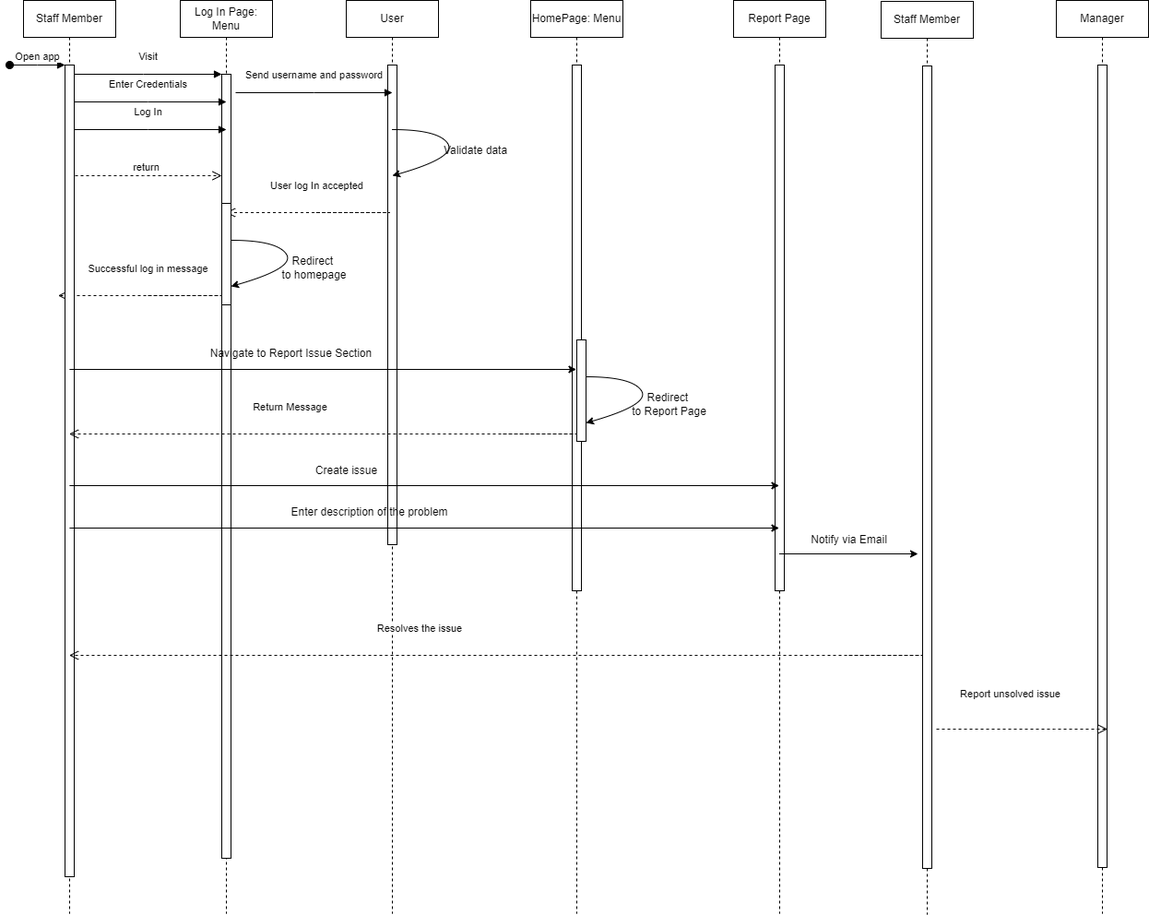
rexhens/Cinema-Management-System keeps this draw.io diagram as Sequence Diagrams/Staff_Seq_Dig_Tech_Issue.drawio (2).png. Above is the earlier version. Source tidied: cells renumbered, new cells last; positions are measured from the earlier drawing's top-left corner, leaving out a move shared by most shapes. Source of this version:
```xml
<mxGraphModel>
  <root>
    <mxCell id="0" />
    <mxCell id="1" parent="0" />
    <mxCell id="2" value="HomePage: Menu" style="shape=umlLifeline;perimeter=lifelinePerimeter;whiteSpace=wrap;html=1;outlineConnect=0;portConstraint=eastwest;newEdgeStyle={&quot;edgeStyle&quot;:&quot;elbowEdgeStyle&quot;,&quot;elbow&quot;:&quot;vertical&quot;,&quot;curved&quot;:0,&quot;rounded&quot;:0};" parent="1" vertex="1">
      <mxGeometry x="565" width="100" height="990" as="geometry" />
    </mxCell>
    <mxCell id="3" style="html=1;perimeter=orthogonalPerimeter;targetShapes=umlLifeline;newEdgeStyle={&quot;edgeStyle&quot;:&quot;elbowEdgeStyle&quot;,&quot;elbow&quot;:&quot;vertical&quot;,&quot;curved&quot;:0,&quot;rounded&quot;:0};" parent="2" vertex="1">
      <mxGeometry x="45" y="70" width="10" height="570" as="geometry" />
    </mxCell>
    <mxCell id="4" value="Log In Page: Menu" style="shape=umlLifeline;perimeter=lifelinePerimeter;whiteSpace=wrap;html=1;outlineConnect=0;portConstraint=eastwest;newEdgeStyle={&quot;edgeStyle&quot;:&quot;elbowEdgeStyle&quot;,&quot;elbow&quot;:&quot;vertical&quot;,&quot;curved&quot;:0,&quot;rounded&quot;:0};" parent="1" vertex="1">
      <mxGeometry x="185" width="100" height="990" as="geometry" />
    </mxCell>
    <mxCell id="5" style="html=1;points=[];perimeter=orthogonalPerimeter;outlineConnect=0;targetShapes=umlLifeline;portConstraint=eastwest;newEdgeStyle={&quot;edgeStyle&quot;:&quot;elbowEdgeStyle&quot;,&quot;elbow&quot;:&quot;vertical&quot;,&quot;curved&quot;:0,&quot;rounded&quot;:0};" parent="4" vertex="1">
      <mxGeometry x="45" y="80" width="10" height="850" as="geometry" />
    </mxCell>
    <mxCell id="6" value="Visit" style="html=1;verticalAlign=bottom;endArrow=block;edgeStyle=elbowEdgeStyle;elbow=vertical;curved=0;rounded=0;" parent="1" edge="1" source="21" target="5">
      <mxGeometry y="10" relative="1" as="geometry">
        <Array as="points">
          <mxPoint x="145" y="80" />
        </Array>
      </mxGeometry>
    </mxCell>
    <mxCell id="7" value="return" style="html=1;verticalAlign=bottom;endArrow=open;dashed=1;endSize=8;edgeStyle=elbowEdgeStyle;elbow=vertical;curved=0;rounded=0;" parent="1" edge="1" target="5">
      <mxGeometry relative="1" as="geometry">
        <mxPoint x="65" y="190" as="sourcePoint" />
        <Array as="points">
          <mxPoint x="145" y="190" />
        </Array>
      </mxGeometry>
    </mxCell>
    <mxCell id="8" value="Enter Credentials" style="html=1;verticalAlign=bottom;endArrow=block;edgeStyle=elbowEdgeStyle;elbow=vertical;curved=0;rounded=0;" parent="1" edge="1">
      <mxGeometry y="10" relative="1" as="geometry">
        <mxPoint x="65" y="110" as="sourcePoint" />
        <mxPoint x="235" y="110" as="targetPoint" />
        <Array as="points">
          <mxPoint x="150" y="110" />
        </Array>
      </mxGeometry>
    </mxCell>
    <mxCell id="9" value="Log In" style="html=1;verticalAlign=bottom;endArrow=block;edgeStyle=elbowEdgeStyle;elbow=vertical;curved=0;rounded=0;" parent="1" edge="1">
      <mxGeometry y="10" relative="1" as="geometry">
        <mxPoint x="65" y="140" as="sourcePoint" />
        <mxPoint x="235" y="140" as="targetPoint" />
        <Array as="points">
          <mxPoint x="150" y="140" />
        </Array>
      </mxGeometry>
    </mxCell>
    <mxCell id="10" value="User" style="shape=umlLifeline;perimeter=lifelinePerimeter;whiteSpace=wrap;html=1;outlineConnect=0;portConstraint=eastwest;newEdgeStyle={&quot;edgeStyle&quot;:&quot;elbowEdgeStyle&quot;,&quot;elbow&quot;:&quot;vertical&quot;,&quot;curved&quot;:0,&quot;rounded&quot;:0};" parent="1" vertex="1">
      <mxGeometry x="365" width="100" height="990" as="geometry" />
    </mxCell>
    <mxCell id="11" style="html=1;perimeter=orthogonalPerimeter;targetShapes=umlLifeline;newEdgeStyle={&quot;edgeStyle&quot;:&quot;elbowEdgeStyle&quot;,&quot;elbow&quot;:&quot;vertical&quot;,&quot;curved&quot;:0,&quot;rounded&quot;:0};" parent="10" vertex="1">
      <mxGeometry x="45" y="70" width="10" height="520" as="geometry" />
    </mxCell>
    <mxCell id="12" value="Send username and password" style="html=1;verticalAlign=bottom;endArrow=block;edgeStyle=elbowEdgeStyle;elbow=vertical;curved=0;rounded=0;" parent="1" edge="1">
      <mxGeometry y="10" relative="1" as="geometry">
        <mxPoint x="245" y="100" as="sourcePoint" />
        <mxPoint x="415" y="100" as="targetPoint" />
        <Array as="points">
          <mxPoint x="330" y="100" />
        </Array>
      </mxGeometry>
    </mxCell>
    <mxCell id="13" style="curved=1;endArrow=classic;html=1;rounded=0;" parent="1" edge="1" target="10">
      <mxGeometry relative="1" as="geometry">
        <mxPoint x="415" y="140" as="sourcePoint" />
        <Array as="points">
          <mxPoint x="465" y="140" />
          <mxPoint x="485" y="170" />
          <mxPoint x="415" y="190" />
        </Array>
      </mxGeometry>
    </mxCell>
    <mxCell id="14" value="Validate data" style="text;html=1;align=center;verticalAlign=middle;strokeColor=none;fillColor=none;" parent="1" vertex="1">
      <mxGeometry x="460" y="148" width="90" height="30" as="geometry" />
    </mxCell>
    <mxCell id="15" value="User log In accepted" style="html=1;verticalAlign=bottom;endArrow=open;dashed=1;endSize=8;edgeStyle=elbowEdgeStyle;elbow=vertical;curved=0;rounded=0;" parent="1" edge="1" target="4">
      <mxGeometry x="0.24" y="-20" relative="1" as="geometry">
        <mxPoint x="332.5" y="230" as="sourcePoint" />
        <Array as="points">
          <mxPoint x="412.5" y="230" />
        </Array>
      </mxGeometry>
    </mxCell>
    <mxCell id="16" style="rounded=0;whiteSpace=wrap;html=1;" parent="1" vertex="1">
      <mxGeometry x="230" y="220" width="10" height="110" as="geometry" />
    </mxCell>
    <mxCell id="17" style="curved=1;endArrow=classic;html=1;rounded=0;" parent="1" edge="1">
      <mxGeometry relative="1" as="geometry">
        <mxPoint x="240" y="260" as="sourcePoint" />
        <mxPoint x="240" y="310" as="targetPoint" />
        <Array as="points">
          <mxPoint x="290" y="260" />
          <mxPoint x="310" y="290" />
          <mxPoint x="240" y="310" />
        </Array>
      </mxGeometry>
    </mxCell>
    <mxCell id="18" value="Redirect&amp;nbsp;&lt;div&gt;to homepage&lt;/div&gt;" style="text;html=1;align=center;verticalAlign=middle;strokeColor=none;fillColor=none;" parent="1" vertex="1">
      <mxGeometry x="285" y="270" width="90" height="40" as="geometry" />
    </mxCell>
    <mxCell id="19" value="Successful log in message" style="html=1;verticalAlign=bottom;endArrow=open;dashed=1;endSize=8;edgeStyle=elbowEdgeStyle;elbow=vertical;curved=0;rounded=0;" parent="1" edge="1">
      <mxGeometry x="0.24" y="-20" relative="1" as="geometry">
        <mxPoint x="150" y="320" as="sourcePoint" />
        <mxPoint x="52.5" y="320" as="targetPoint" />
        <Array as="points">
          <mxPoint x="230" y="320" />
        </Array>
      </mxGeometry>
    </mxCell>
    <mxCell id="20" value="Staff Member" style="shape=umlLifeline;perimeter=lifelinePerimeter;whiteSpace=wrap;html=1;outlineConnect=0;portConstraint=eastwest;newEdgeStyle={&quot;edgeStyle&quot;:&quot;elbowEdgeStyle&quot;,&quot;elbow&quot;:&quot;vertical&quot;,&quot;curved&quot;:0,&quot;rounded&quot;:0};" parent="1" vertex="1">
      <mxGeometry x="15" width="100" height="990" as="geometry" />
    </mxCell>
    <mxCell id="21" style="html=1;points=[];perimeter=orthogonalPerimeter;outlineConnect=0;targetShapes=umlLifeline;portConstraint=eastwest;newEdgeStyle={&quot;edgeStyle&quot;:&quot;elbowEdgeStyle&quot;,&quot;elbow&quot;:&quot;vertical&quot;,&quot;curved&quot;:0,&quot;rounded&quot;:0};" parent="20" vertex="1">
      <mxGeometry x="45" y="70" width="10" height="880" as="geometry" />
    </mxCell>
    <mxCell id="22" value="Open app" style="html=1;verticalAlign=bottom;startArrow=oval;endArrow=block;startSize=8;edgeStyle=elbowEdgeStyle;elbow=vertical;curved=0;rounded=0;" parent="20" edge="1" target="21">
      <mxGeometry relative="1" as="geometry">
        <mxPoint x="-15" y="70" as="sourcePoint" />
      </mxGeometry>
    </mxCell>
    <mxCell id="23" style="endArrow=classic;html=1;rounded=0;" parent="1" edge="1" target="2">
      <mxGeometry relative="1" as="geometry">
        <mxPoint x="64.9" y="400" as="sourcePoint" />
      </mxGeometry>
    </mxCell>
    <mxCell id="24" value="Navigate to Report Issue Section" style="text;html=1;align=center;verticalAlign=middle;strokeColor=none;fillColor=none;" parent="1" vertex="1">
      <mxGeometry x="205" y="368" width="200" height="30" as="geometry" />
    </mxCell>
    <mxCell id="25" style="rounded=0;whiteSpace=wrap;html=1;" parent="1" vertex="1">
      <mxGeometry x="615" y="368" width="10" height="110" as="geometry" />
    </mxCell>
    <mxCell id="26" style="curved=1;endArrow=classic;html=1;rounded=0;" parent="1" edge="1">
      <mxGeometry relative="1" as="geometry">
        <mxPoint x="625" y="408" as="sourcePoint" />
        <mxPoint x="625" y="458" as="targetPoint" />
        <Array as="points">
          <mxPoint x="675" y="408" />
          <mxPoint x="695" y="438" />
          <mxPoint x="625" y="458" />
        </Array>
      </mxGeometry>
    </mxCell>
    <mxCell id="27" value="Redirect&amp;nbsp;&lt;div&gt;to Report Page&lt;/div&gt;" style="text;html=1;align=center;verticalAlign=middle;strokeColor=none;fillColor=none;" parent="1" vertex="1">
      <mxGeometry x="665" y="418" width="100" height="40" as="geometry" />
    </mxCell>
    <mxCell id="28" value="Report Page" style="shape=umlLifeline;perimeter=lifelinePerimeter;whiteSpace=wrap;html=1;outlineConnect=0;portConstraint=eastwest;newEdgeStyle={&quot;edgeStyle&quot;:&quot;elbowEdgeStyle&quot;,&quot;elbow&quot;:&quot;vertical&quot;,&quot;curved&quot;:0,&quot;rounded&quot;:0};" parent="1" vertex="1">
      <mxGeometry x="785" width="100" height="990" as="geometry" />
    </mxCell>
    <mxCell id="29" style="html=1;perimeter=orthogonalPerimeter;targetShapes=umlLifeline;newEdgeStyle={&quot;edgeStyle&quot;:&quot;elbowEdgeStyle&quot;,&quot;elbow&quot;:&quot;vertical&quot;,&quot;curved&quot;:0,&quot;rounded&quot;:0};" parent="28" vertex="1">
      <mxGeometry x="45" y="70" width="10" height="570" as="geometry" />
    </mxCell>
    <mxCell id="30" value="Return Message" style="html=1;verticalAlign=bottom;endArrow=open;dashed=1;endSize=8;edgeStyle=elbowEdgeStyle;elbow=vertical;curved=0;rounded=0;" parent="1" edge="1" target="20">
      <mxGeometry x="0.24" y="-20" relative="1" as="geometry">
        <mxPoint x="535" y="470" as="sourcePoint" />
        <Array as="points">
          <mxPoint x="615" y="470" />
        </Array>
      </mxGeometry>
    </mxCell>
    <mxCell id="31" style="endArrow=classic;html=1;rounded=0;" parent="1" edge="1" target="28">
      <mxGeometry relative="1" as="geometry">
        <mxPoint x="64.9" y="526" as="sourcePoint" />
      </mxGeometry>
    </mxCell>
    <mxCell id="32" value="Create issue" style="text;html=1;align=center;verticalAlign=middle;strokeColor=none;fillColor=none;" parent="1" vertex="1">
      <mxGeometry x="320" y="495" width="90" height="30" as="geometry" />
    </mxCell>
    <mxCell id="33" style="endArrow=classic;html=1;rounded=0;" parent="1" edge="1" target="28">
      <mxGeometry relative="1" as="geometry">
        <mxPoint x="64.9" y="572" as="sourcePoint" />
      </mxGeometry>
    </mxCell>
    <mxCell id="34" value="Enter description of the problem" style="text;html=1;align=center;verticalAlign=middle;strokeColor=none;fillColor=none;" parent="1" vertex="1">
      <mxGeometry x="295" y="540" width="190" height="30" as="geometry" />
    </mxCell>
    <mxCell id="35" value="Staff Member" style="shape=umlLifeline;perimeter=lifelinePerimeter;whiteSpace=wrap;html=1;newEdgeStyle={&quot;edgeStyle&quot;:&quot;elbowEdgeStyle&quot;,&quot;elbow&quot;:&quot;vertical&quot;,&quot;curved&quot;:0,&quot;rounded&quot;:0};" parent="1" vertex="1">
      <mxGeometry x="945" y="1" width="100" height="990" as="geometry" />
    </mxCell>
    <mxCell id="36" style="html=1;perimeter=orthogonalPerimeter;targetShapes=umlLifeline;newEdgeStyle={&quot;edgeStyle&quot;:&quot;elbowEdgeStyle&quot;,&quot;elbow&quot;:&quot;vertical&quot;,&quot;curved&quot;:0,&quot;rounded&quot;:0};" parent="35" vertex="1">
      <mxGeometry x="45" y="70" width="10" height="870" as="geometry" />
    </mxCell>
    <mxCell id="37" style="endArrow=classic;html=1;rounded=0;" parent="1" edge="1" source="28">
      <mxGeometry relative="1" as="geometry">
        <mxPoint x="985" y="600" as="targetPoint" />
      </mxGeometry>
    </mxCell>
    <mxCell id="38" value="Notify via Email" style="text;html=1;align=center;verticalAlign=middle;strokeColor=none;fillColor=none;" parent="1" vertex="1">
      <mxGeometry x="855" y="570" width="110" height="30" as="geometry" />
    </mxCell>
    <mxCell id="39" value="Resolves the issue&amp;nbsp;" style="html=1;verticalAlign=bottom;endArrow=open;dashed=1;endSize=8;edgeStyle=elbowEdgeStyle;elbow=vertical;curved=0;rounded=0;" parent="1" edge="1" target="20">
      <mxGeometry x="0.24" y="-20" relative="1" as="geometry">
        <mxPoint x="910" y="710" as="sourcePoint" />
        <Array as="points">
          <mxPoint x="990" y="710" />
        </Array>
      </mxGeometry>
    </mxCell>
    <mxCell id="40" value="Manager" style="shape=umlLifeline;perimeter=lifelinePerimeter;whiteSpace=wrap;html=1;outlineConnect=0;portConstraint=eastwest;newEdgeStyle={&quot;edgeStyle&quot;:&quot;elbowEdgeStyle&quot;,&quot;elbow&quot;:&quot;vertical&quot;,&quot;curved&quot;:0,&quot;rounded&quot;:0};" parent="1" vertex="1">
      <mxGeometry x="1135" width="100" height="990" as="geometry" />
    </mxCell>
    <mxCell id="41" style="html=1;perimeter=orthogonalPerimeter;targetShapes=umlLifeline;newEdgeStyle={&quot;edgeStyle&quot;:&quot;elbowEdgeStyle&quot;,&quot;elbow&quot;:&quot;vertical&quot;,&quot;curved&quot;:0,&quot;rounded&quot;:0};" parent="40" vertex="1">
      <mxGeometry x="45" y="70" width="10" height="870" as="geometry" />
    </mxCell>
    <mxCell id="42" value="Report unsolved issue" style="html=1;verticalAlign=bottom;endArrow=open;dashed=1;endSize=8;edgeStyle=elbowEdgeStyle;elbow=vertical;curved=0;rounded=0;" parent="1" edge="1">
      <mxGeometry x="-0.14" y="29" relative="1" as="geometry">
        <mxPoint x="1005" y="790" as="sourcePoint" />
        <mxPoint x="1190.5" y="790" as="targetPoint" />
        <Array as="points">
          <mxPoint x="1133" y="790" />
        </Array>
      </mxGeometry>
    </mxCell>
  </root>
</mxGraphModel>
```
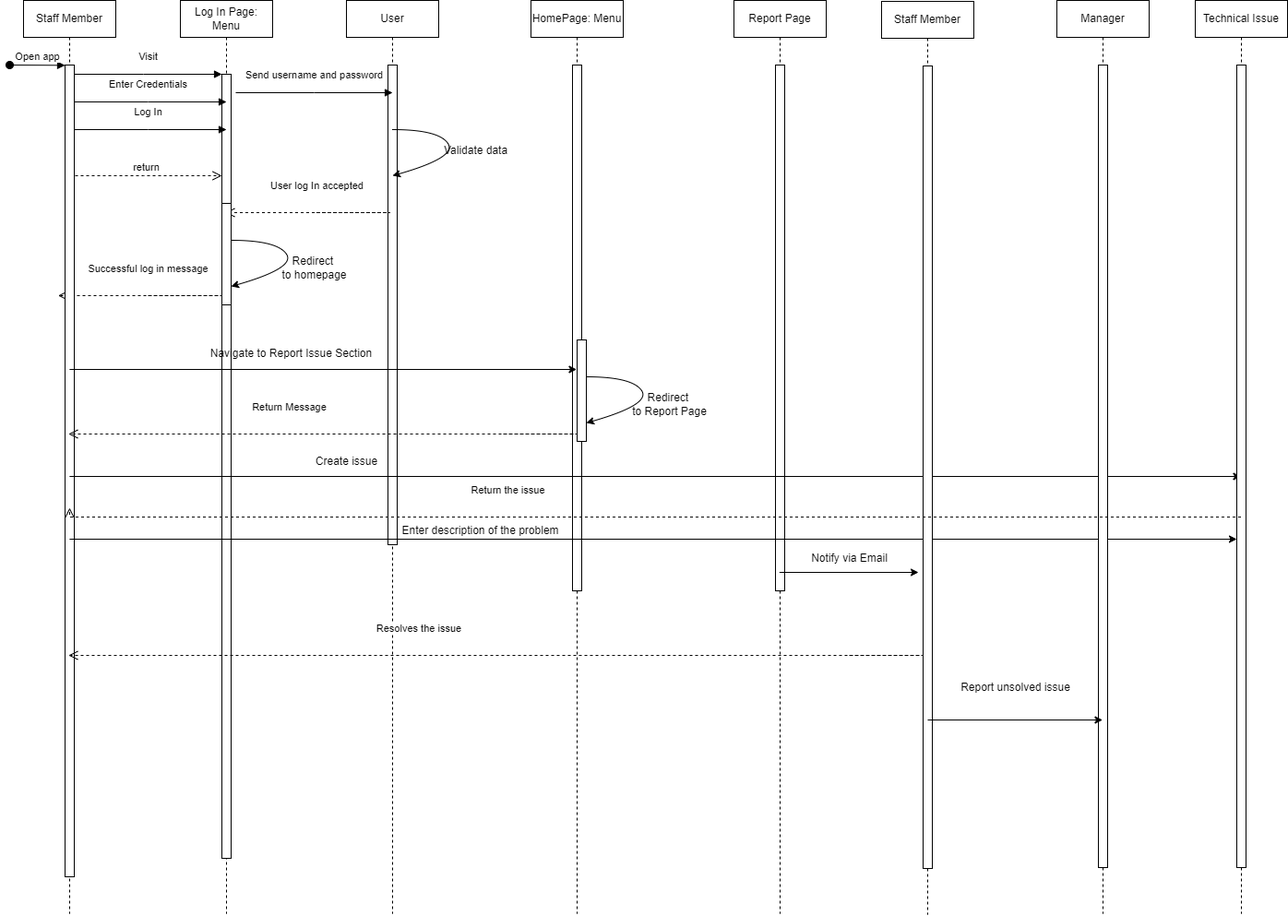
The same file after the commit.

Commit message:
updated-seq-collab-diagrams

What changed in the source:
```diff
@@ -159,21 +159,22 @@
         </Array>
       </mxGeometry>
     </mxCell>
-    <mxCell id="31" style="endArrow=classic;html=1;rounded=0;" parent="1" edge="1" target="28">
+    <mxCell id="31" style="endArrow=classic;html=1;rounded=0;" parent="1" edge="1">
       <mxGeometry relative="1" as="geometry">
-        <mxPoint x="64.9" y="526" as="sourcePoint" />
+        <mxPoint x="64.9" y="516" as="sourcePoint" />
+        <mxPoint x="1334.5" y="516" as="targetPoint" />
       </mxGeometry>
     </mxCell>
     <mxCell id="32" value="Create issue" style="text;html=1;align=center;verticalAlign=middle;strokeColor=none;fillColor=none;" parent="1" vertex="1">
-      <mxGeometry x="320" y="495" width="90" height="30" as="geometry" />
+      <mxGeometry x="320" y="485" width="90" height="30" as="geometry" />
     </mxCell>
-    <mxCell id="33" style="endArrow=classic;html=1;rounded=0;" parent="1" edge="1" target="28">
+    <mxCell id="33" style="endArrow=classic;html=1;rounded=0;" parent="1" edge="1" target="45">
       <mxGeometry relative="1" as="geometry">
-        <mxPoint x="64.9" y="572" as="sourcePoint" />
+        <mxPoint x="64.9" y="584" as="sourcePoint" />
       </mxGeometry>
     </mxCell>
     <mxCell id="34" value="Enter description of the problem" style="text;html=1;align=center;verticalAlign=middle;strokeColor=none;fillColor=none;" parent="1" vertex="1">
-      <mxGeometry x="295" y="540" width="190" height="30" as="geometry" />
+      <mxGeometry x="415" y="560" width="190" height="30" as="geometry" />
     </mxCell>
     <mxCell id="35" value="Staff Member" style="shape=umlLifeline;perimeter=lifelinePerimeter;whiteSpace=wrap;html=1;newEdgeStyle={&quot;edgeStyle&quot;:&quot;elbowEdgeStyle&quot;,&quot;elbow&quot;:&quot;vertical&quot;,&quot;curved&quot;:0,&quot;rounded&quot;:0};" parent="1" vertex="1">
       <mxGeometry x="945" y="1" width="100" height="990" as="geometry" />
@@ -181,13 +182,14 @@
     <mxCell id="36" style="html=1;perimeter=orthogonalPerimeter;targetShapes=umlLifeline;newEdgeStyle={&quot;edgeStyle&quot;:&quot;elbowEdgeStyle&quot;,&quot;elbow&quot;:&quot;vertical&quot;,&quot;curved&quot;:0,&quot;rounded&quot;:0};" parent="35" vertex="1">
       <mxGeometry x="45" y="70" width="10" height="870" as="geometry" />
     </mxCell>
-    <mxCell id="37" style="endArrow=classic;html=1;rounded=0;" parent="1" edge="1" source="28">
+    <mxCell id="37" style="endArrow=classic;html=1;rounded=0;" parent="1" edge="1">
       <mxGeometry relative="1" as="geometry">
-        <mxPoint x="985" y="600" as="targetPoint" />
+        <mxPoint x="834.3" y="620" as="sourcePoint" />
+        <mxPoint x="985" y="620" as="targetPoint" />
       </mxGeometry>
     </mxCell>
     <mxCell id="38" value="Notify via Email" style="text;html=1;align=center;verticalAlign=middle;strokeColor=none;fillColor=none;" parent="1" vertex="1">
-      <mxGeometry x="855" y="570" width="110" height="30" as="geometry" />
+      <mxGeometry x="855" y="590" width="110" height="30" as="geometry" />
     </mxCell>
     <mxCell id="39" value="Resolves the issue&amp;nbsp;" style="html=1;verticalAlign=bottom;endArrow=open;dashed=1;endSize=8;edgeStyle=elbowEdgeStyle;elbow=vertical;curved=0;rounded=0;" parent="1" edge="1" target="20">
       <mxGeometry x="0.24" y="-20" relative="1" as="geometry">
@@ -203,14 +205,27 @@
     <mxCell id="41" style="html=1;perimeter=orthogonalPerimeter;targetShapes=umlLifeline;newEdgeStyle={&quot;edgeStyle&quot;:&quot;elbowEdgeStyle&quot;,&quot;elbow&quot;:&quot;vertical&quot;,&quot;curved&quot;:0,&quot;rounded&quot;:0};" parent="40" vertex="1">
       <mxGeometry x="45" y="70" width="10" height="870" as="geometry" />
     </mxCell>
+    <mxCell id="43" style="endArrow=classic;html=1;rounded=0;" parent="1" edge="1" target="40">
+      <mxGeometry relative="1" as="geometry">
+        <mxPoint x="995" y="780" as="sourcePoint" />
+      </mxGeometry>
+    </mxCell>
-    <mxCell id="42" value="Report unsolved issue" style="html=1;verticalAlign=bottom;endArrow=open;dashed=1;endSize=8;edgeStyle=elbowEdgeStyle;elbow=vertical;curved=0;rounded=0;" parent="1" edge="1">
-      <mxGeometry x="-0.14" y="29" relative="1" as="geometry">
-        <mxPoint x="1005" y="790" as="sourcePoint" />
-        <mxPoint x="1190.5" y="790" as="targetPoint" />
-        <Array as="points">
-          <mxPoint x="1133" y="790" />
-        </Array>
-      </mxGeometry>
+    <mxCell id="42" value="Report unsolved issue" style="text;html=1;align=center;verticalAlign=middle;strokeColor=none;fillColor=none;" parent="1" vertex="1">
+      <mxGeometry x="1020" y="730" width="140" height="30" as="geometry" />
     </mxCell>
+    <mxCell id="44" value="Technical Issue" style="shape=umlLifeline;perimeter=lifelinePerimeter;whiteSpace=wrap;html=1;outlineConnect=0;portConstraint=eastwest;newEdgeStyle={&quot;edgeStyle&quot;:&quot;elbowEdgeStyle&quot;,&quot;elbow&quot;:&quot;vertical&quot;,&quot;curved&quot;:0,&quot;rounded&quot;:0};" parent="1" vertex="1">
+      <mxGeometry x="1285" width="100" height="990" as="geometry" />
+    </mxCell>
+    <mxCell id="45" style="html=1;points=[];perimeter=orthogonalPerimeter;outlineConnect=0;targetShapes=umlLifeline;portConstraint=eastwest;newEdgeStyle={&quot;edgeStyle&quot;:&quot;elbowEdgeStyle&quot;,&quot;elbow&quot;:&quot;vertical&quot;,&quot;curved&quot;:0,&quot;rounded&quot;:0};" parent="44" vertex="1">
+      <mxGeometry x="45" y="70" width="10" height="870" as="geometry" />
+    </mxCell>
+    <mxCell id="46" value="Return the issue" style="html=1;verticalAlign=bottom;endArrow=open;dashed=1;endSize=8;edgeStyle=elbowEdgeStyle;elbow=vertical;curved=0;rounded=0;" parent="1" edge="1" source="44">
+      <mxGeometry x="0.24" y="-20" relative="1" as="geometry">
+        <mxPoint x="65" y="550" as="targetPoint" />
+        <Array as="points">
+          <mxPoint x="1345" y="560" />
+        </Array>
+      </mxGeometry>
+    </mxCell>
   </root>
 </mxGraphModel>
```
